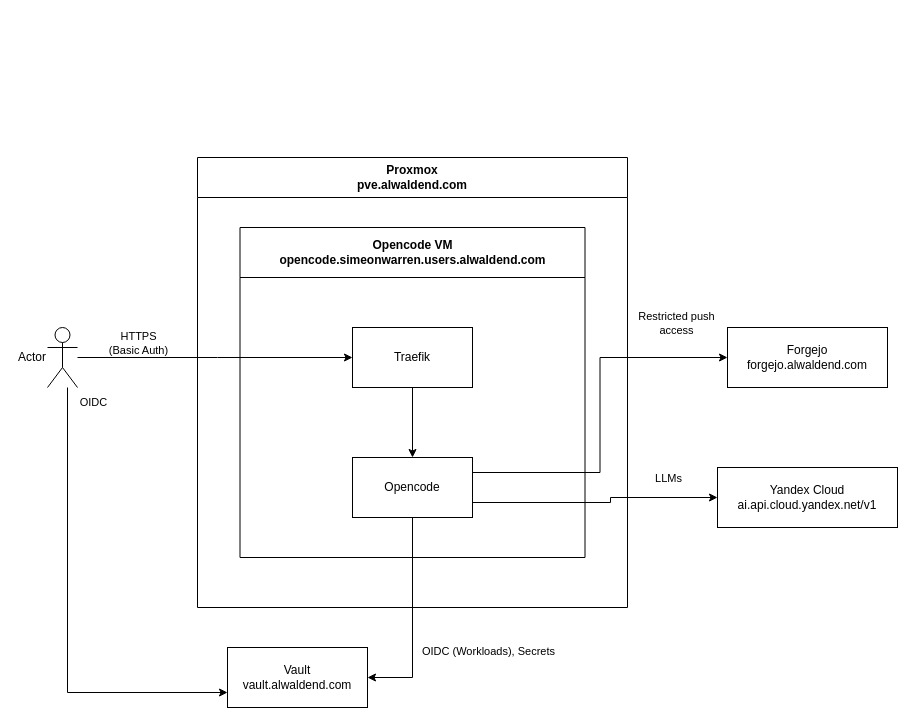
The draw.io diagram page "Opencode" (11 of 12) of infra/arch/arch.drawio in alwaldend/src, before the edit. Source tidied: cells renumbered, new cells numbered last; positions are measured from the earlier drawing's top-left corner, leaving out a move shared by most shapes. Both pictures are drawn from the tidied source at 100%, with x=0, y=0 at pixel (47, 157).
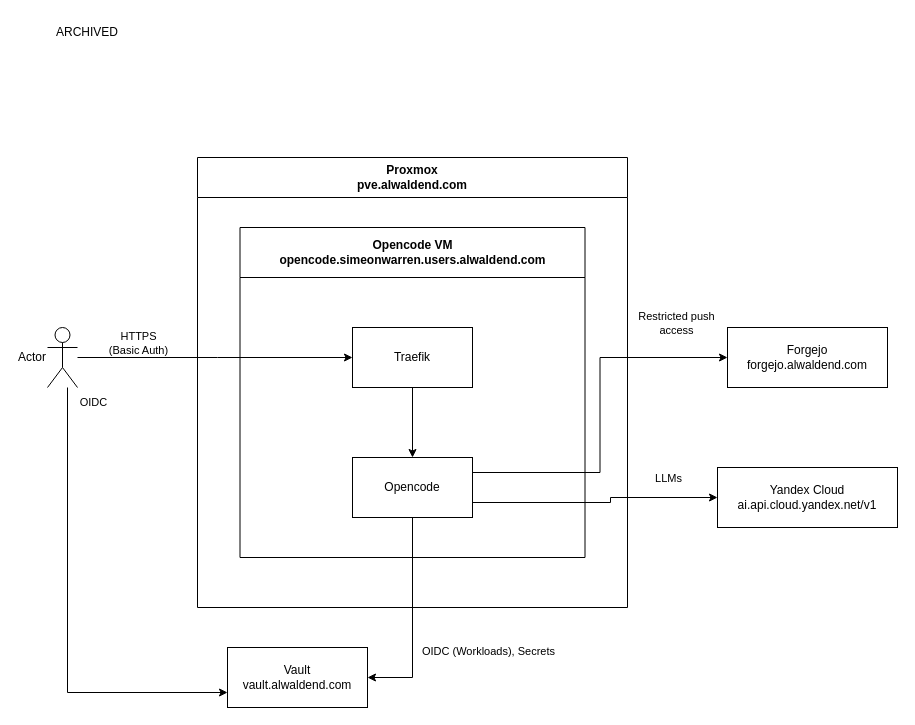
The same page after the edit.

Commit message (it also covers changes not shown here):
Add hermes wireguard, arch, and router config updates

The edit, as a diff of the source:
```diff
@@
+    <mxCell id="21" value="ARCHIVED" style="text;html=1;whiteSpace=wrap;strokeColor=none;fillColor=none;align=center;verticalAlign=middle;rounded=0;" parent="1" vertex="1">
+      <mxGeometry x="10" y="-140" width="60" height="30" as="geometry" />
+    </mxCell>
```
